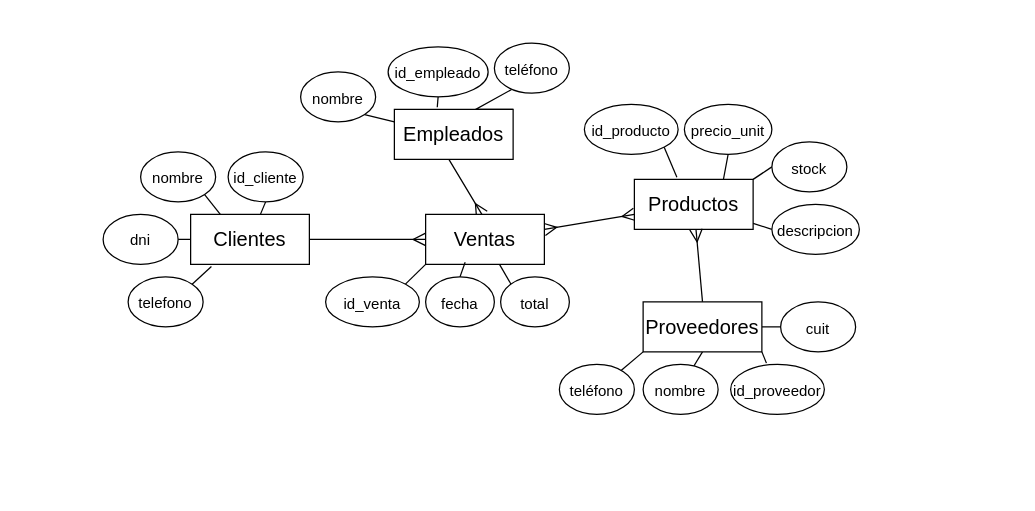
The draw.io diagram Diagrama sin título.drawio in CamilaJuarezAscaini/Backend, before the edit. Source tidied: cells renumbered, new cells numbered last; positions are measured from the earlier drawing's top-left corner, leaving out a move shared by most shapes. Both pictures are drawn from the tidied source at 125%, with x=0, y=0 at pixel (102, 42).
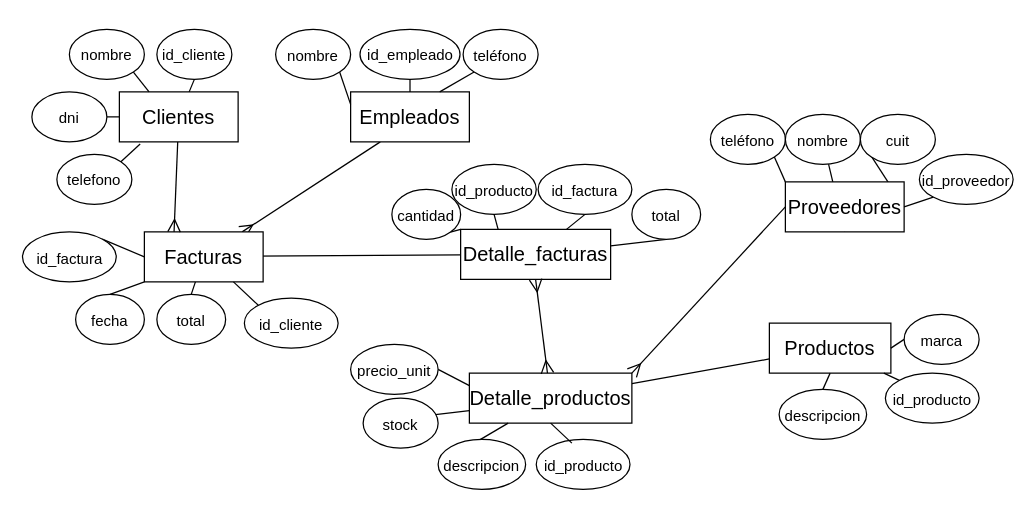
Above is the later version.

What changed in the source:
```diff
@@
-    <mxCell id="2" style="edgeStyle=none;curved=0;rounded=0;orthogonalLoop=1;jettySize=auto;html=1;exitX=0.25;exitY=1;exitDx=0;exitDy=0;entryX=0.25;entryY=0;entryDx=0;entryDy=0;fontSize=12;startSize=8;endSize=8;endArrow=ERmany;endFill=0;" parent="1" edge="1">
-      <mxGeometry relative="1" as="geometry">
-        <mxPoint x="303" y="67" as="sourcePoint" />
-        <mxPoint x="303" y="137" as="targetPoint" />
-        <Array as="points">
-          <mxPoint x="273" y="87" />
-        </Array>
-      </mxGeometry>
-    </mxCell>
+    <mxCell id="47" style="edgeStyle=none;curved=1;rounded=0;jettySize=auto;html=1;exitX=0.25;exitY=1;exitDx=0;exitDy=0;fontSize=12;startSize=8;endSize=8;endArrow=ERmany;endFill=0;" parent="1" edge="1" source="3" target="5">
+      <mxGeometry relative="1" as="geometry" />
+    </mxCell>
     <mxCell id="3" value="Empleados" style="rounded=0;whiteSpace=wrap;html=1;fontSize=16;" parent="1" vertex="1">
-      <mxGeometry x="233" y="53" width="95" height="40" as="geometry" />
+      <mxGeometry x="198" y="39" width="95" height="40" as="geometry" />
     </mxCell>
-    <mxCell id="4" style="edgeStyle=none;curved=1;rounded=0;jettySize=auto;html=1;fontSize=12;startSize=8;endSize=8;startArrow=ERmany;startFill=0;endArrow=ERmany;endFill=0;" parent="1" edge="1" source="5" target="6">
-      <mxGeometry relative="1" as="geometry" />
-    </mxCell>
+    <mxCell id="48" style="edgeStyle=none;curved=1;rounded=0;jettySize=auto;html=1;fontSize=12;startSize=8;endSize=8;endArrow=none;endFill=0;exitX=0;exitY=0.5;exitDx=0;exitDy=0;" parent="1" edge="1" source="5" target="52">
+      <mxGeometry relative="1" as="geometry" />
+    </mxCell>
-    <mxCell id="5" value="Ventas" style="rounded=0;whiteSpace=wrap;html=1;fontSize=16;" parent="1" vertex="1">
-      <mxGeometry x="258" y="137" width="95" height="40" as="geometry" />
+    <mxCell id="5" value="Facturas" style="rounded=0;whiteSpace=wrap;html=1;fontSize=16;" parent="1" vertex="1">
+      <mxGeometry x="33" y="151" width="95" height="40" as="geometry" />
     </mxCell>
+    <mxCell id="49" style="edgeStyle=none;curved=1;rounded=0;jettySize=auto;html=1;fontSize=12;startSize=8;endSize=8;endArrow=none;endFill=0;" parent="1" edge="1" source="6" target="64">
+      <mxGeometry relative="1" as="geometry" />
+    </mxCell>
-    <mxCell id="6" value="Productos" style="rounded=0;whiteSpace=wrap;html=1;fontSize=16;" parent="1" vertex="1">
-      <mxGeometry x="425" y="109" width="95" height="40" as="geometry" />
+    <mxCell id="6" value="Detalle_productos" style="rounded=0;whiteSpace=wrap;html=1;fontSize=16;" parent="1" vertex="1">
+      <mxGeometry x="293" y="264" width="130" height="40" as="geometry" />
     </mxCell>
-    <mxCell id="7" style="edgeStyle=none;curved=1;rounded=0;jettySize=auto;html=1;fontSize=12;startSize=8;endSize=8;endArrow=ERmany;endFill=0;" parent="1" edge="1" source="8" target="5">
+    <mxCell id="7" style="edgeStyle=none;curved=1;rounded=0;jettySize=auto;html=1;fontSize=12;startSize=8;endSize=8;endArrow=ERmany;endFill=0;entryX=0.25;entryY=0;entryDx=0;entryDy=0;" parent="1" edge="1" source="8" target="5">
       <mxGeometry relative="1" as="geometry" />
     </mxCell>
     <mxCell id="8" value="Clientes" style="rounded=0;whiteSpace=wrap;html=1;fontSize=16;" parent="1" vertex="1">
-      <mxGeometry x="70" y="137" width="95" height="40" as="geometry" />
+      <mxGeometry x="13" y="39" width="95" height="40" as="geometry" />
     </mxCell>
-    <mxCell id="9" style="edgeStyle=none;curved=1;rounded=0;jettySize=auto;html=1;exitX=0.5;exitY=0;exitDx=0;exitDy=0;fontSize=12;startSize=8;endSize=8;endArrow=ERmany;endFill=0;" parent="1" edge="1" source="13" target="6">
+    <mxCell id="9" style="edgeStyle=none;curved=1;rounded=0;jettySize=auto;html=1;exitX=0;exitY=0.5;exitDx=0;exitDy=0;fontSize=12;startSize=8;endSize=8;endArrow=ERmany;endFill=0;entryX=1;entryY=0;entryDx=0;entryDy=0;" parent="1" edge="1" source="13" target="6">
       <mxGeometry relative="1" as="geometry" />
     </mxCell>
@@
-    <mxCell id="12" style="edgeStyle=none;curved=1;rounded=0;jettySize=auto;html=1;exitX=0;exitY=1;exitDx=0;exitDy=0;entryX=1;entryY=0;entryDx=0;entryDy=0;fontSize=12;startSize=8;endSize=8;endArrow=none;endFill=0;" parent="1" edge="1" source="13">
-      <mxGeometry relative="1" as="geometry">
-        <mxPoint x="413.2" y="262.9" as="targetPoint" />
-      </mxGeometry>
+    <mxCell id="12" style="edgeStyle=none;curved=1;rounded=0;jettySize=auto;html=1;exitX=0;exitY=0;exitDx=0;exitDy=0;entryX=1;entryY=1;entryDx=0;entryDy=0;fontSize=12;startSize=8;endSize=8;endArrow=none;endFill=0;" parent="1" edge="1" source="13" target="18">
+      <mxGeometry relative="1" as="geometry" />
     </mxCell>
     <mxCell id="13" value="Proveedores" style="rounded=0;whiteSpace=wrap;html=1;fontSize=16;" parent="1" vertex="1">
-      <mxGeometry x="432" y="207" width="95" height="40" as="geometry" />
+      <mxGeometry x="545.8" y="111" width="95" height="40" as="geometry" />
     </mxCell>
@@
     <mxCell id="15" value="&lt;font style=&quot;font-size: 12px;&quot;&gt;nombre&lt;/font&gt;" style="ellipse;whiteSpace=wrap;html=1;fontSize=16;" parent="1" vertex="1">
-      <mxGeometry x="158" y="23" width="60" height="40" as="geometry" />
+      <mxGeometry x="138" y="-11" width="60" height="40" as="geometry" />
     </mxCell>
     <mxCell id="16" value="&lt;p style=&quot;line-height: 120%;&quot;&gt;&lt;font style=&quot;font-size: 12px;&quot;&gt;id_empleado&lt;/font&gt;&lt;/p&gt;" style="ellipse;whiteSpace=wrap;html=1;fontSize=16;" parent="1" vertex="1">
-      <mxGeometry x="228" y="3" width="80" height="40" as="geometry" />
+      <mxGeometry x="205.5" y="-11" width="80" height="40" as="geometry" />
     </mxCell>
+    <mxCell id="50" style="edgeStyle=none;curved=1;rounded=0;jettySize=auto;html=1;exitX=0;exitY=1;exitDx=0;exitDy=0;fontSize=12;startSize=8;endSize=8;endArrow=none;endFill=0;entryX=0.75;entryY=0;entryDx=0;entryDy=0;" parent="1" edge="1" source="17" target="3">
+      <mxGeometry relative="1" as="geometry" />
+    </mxCell>
     <mxCell id="17" value="&lt;font style=&quot;font-size: 12px;&quot;&gt;teléfono&lt;/font&gt;" style="ellipse;whiteSpace=wrap;html=1;fontSize=16;" parent="1" vertex="1">
-      <mxGeometry x="313" width="60" height="40" as="geometry" />
+      <mxGeometry x="288" y="-11" width="60" height="40" as="geometry" />
     </mxCell>
     <mxCell id="18" value="&lt;font style=&quot;font-size: 12px;&quot;&gt;teléfono&lt;/font&gt;" style="ellipse;whiteSpace=wrap;html=1;fontSize=16;" parent="1" vertex="1">
-      <mxGeometry x="365" y="257" width="60" height="40" as="geometry" />
+      <mxGeometry x="485.8" y="57" width="60" height="40" as="geometry" />
     </mxCell>
     <mxCell id="19" value="&lt;font style=&quot;font-size: 12px;&quot;&gt;nombre&lt;/font&gt;" style="ellipse;whiteSpace=wrap;html=1;fontSize=16;" parent="1" vertex="1">
-      <mxGeometry x="432" y="257" width="60" height="40" as="geometry" />
+      <mxGeometry x="545.8" y="57" width="60" height="40" as="geometry" />
     </mxCell>
     <mxCell id="20" value="&lt;font style=&quot;font-size: 12px;&quot;&gt;id_proveedor&lt;/font&gt;" style="ellipse;whiteSpace=wrap;html=1;fontSize=16;" parent="1" vertex="1">
-      <mxGeometry x="502" y="257" width="75" height="40" as="geometry" />
+      <mxGeometry x="653" y="89" width="75" height="40" as="geometry" />
     </mxCell>
     <mxCell id="21" value="&lt;font style=&quot;font-size: 12px;&quot;&gt;cuit&lt;/font&gt;" style="ellipse;whiteSpace=wrap;html=1;fontSize=16;" parent="1" vertex="1">
-      <mxGeometry x="542" y="207" width="60" height="40" as="geometry" />
+      <mxGeometry x="605.8" y="57" width="60" height="40" as="geometry" />
     </mxCell>
-    <mxCell id="22" style="edgeStyle=none;curved=1;rounded=0;jettySize=auto;html=1;exitX=1;exitY=1;exitDx=0;exitDy=0;entryX=0.382;entryY=-0.025;entryDx=0;entryDy=0;entryPerimeter=0;fontSize=12;startSize=8;endSize=8;endArrow=none;endFill=0;" parent="1" edge="1" source="13" target="20">
+    <mxCell id="22" style="edgeStyle=none;curved=1;rounded=0;jettySize=auto;html=1;exitX=1;exitY=0.5;exitDx=0;exitDy=0;entryX=0;entryY=1;entryDx=0;entryDy=0;fontSize=12;startSize=8;endSize=8;endArrow=none;endFill=0;" parent="1" edge="1" source="13" target="20">
       <mxGeometry relative="1" as="geometry" />
     </mxCell>
     <mxCell id="23" value="&lt;font style=&quot;font-size: 12px;&quot;&gt;id_producto&lt;/font&gt;" style="ellipse;whiteSpace=wrap;html=1;fontSize=16;" parent="1" vertex="1">
-      <mxGeometry x="385" y="49" width="75" height="40" as="geometry" />
+      <mxGeometry x="346.5" y="317" width="75" height="40" as="geometry" />
     </mxCell>
-    <mxCell id="24" style="edgeStyle=none;curved=1;rounded=0;jettySize=auto;html=1;exitX=0;exitY=0.5;exitDx=0;exitDy=0;entryX=1;entryY=0;entryDx=0;entryDy=0;fontSize=12;startSize=8;endSize=8;endArrow=none;endFill=0;" parent="1" edge="1" source="25" target="6">
+    <mxCell id="24" style="edgeStyle=none;curved=1;rounded=0;jettySize=auto;html=1;exitX=0;exitY=0.5;exitDx=0;exitDy=0;entryX=0;entryY=0.75;entryDx=0;entryDy=0;fontSize=12;startSize=8;endSize=8;endArrow=none;endFill=0;" parent="1" edge="1" source="25" target="6">
       <mxGeometry relative="1" as="geometry" />
     </mxCell>
     <mxCell id="25" value="&lt;font style=&quot;font-size: 12px;&quot;&gt;stock&lt;/font&gt;" style="ellipse;whiteSpace=wrap;html=1;fontSize=16;" parent="1" vertex="1">
-      <mxGeometry x="535" y="79" width="60" height="40" as="geometry" />
+      <mxGeometry x="208" y="284" width="60" height="40" as="geometry" />
     </mxCell>
-    <mxCell id="26" style="edgeStyle=none;curved=1;rounded=0;jettySize=auto;html=1;exitX=0.5;exitY=1;exitDx=0;exitDy=0;entryX=0.75;entryY=0;entryDx=0;entryDy=0;fontSize=12;startSize=8;endSize=8;endArrow=none;endFill=0;" parent="1" edge="1" source="27" target="6">
+    <mxCell id="26" style="edgeStyle=none;curved=1;rounded=0;jettySize=auto;html=1;exitX=1;exitY=0.5;exitDx=0;exitDy=0;entryX=0;entryY=0.25;entryDx=0;entryDy=0;fontSize=12;startSize=8;endSize=8;endArrow=none;endFill=0;" parent="1" edge="1" source="27" target="6">
       <mxGeometry relative="1" as="geometry" />
     </mxCell>
     <mxCell id="27" value="&lt;font style=&quot;font-size: 12px;&quot;&gt;precio_unit&lt;/font&gt;" style="ellipse;whiteSpace=wrap;html=1;fontSize=16;" parent="1" vertex="1">
-      <mxGeometry x="465" y="49" width="70" height="40" as="geometry" />
+      <mxGeometry x="198" y="241" width="70" height="40" as="geometry" />
     </mxCell>
@@
     <mxCell id="29" value="&lt;font style=&quot;font-size: 12px;&quot;&gt;descripcion&lt;/font&gt;" style="ellipse;whiteSpace=wrap;html=1;fontSize=16;" parent="1" vertex="1">
-      <mxGeometry x="535" y="129" width="70" height="40" as="geometry" />
+      <mxGeometry x="268" y="317" width="70" height="40" as="geometry" />
     </mxCell>
-    <mxCell id="30" style="edgeStyle=none;curved=1;rounded=0;jettySize=auto;html=1;exitX=1;exitY=1;exitDx=0;exitDy=0;entryX=0.358;entryY=-0.042;entryDx=0;entryDy=0;entryPerimeter=0;fontSize=12;startSize=8;endSize=8;endArrow=none;endFill=0;" parent="1" edge="1" source="23" target="6">
+    <mxCell id="30" style="edgeStyle=none;curved=1;rounded=0;jettySize=auto;html=1;exitX=0.38;exitY=0.075;exitDx=0;exitDy=0;fontSize=12;startSize=8;endSize=8;endArrow=none;endFill=0;exitPerimeter=0;entryX=0.5;entryY=1;entryDx=0;entryDy=0;" parent="1" edge="1" source="23" target="6">
       <mxGeometry relative="1" as="geometry" />
     </mxCell>
-    <mxCell id="31" style="edgeStyle=none;curved=1;rounded=0;jettySize=auto;html=1;exitX=0.5;exitY=1;exitDx=0;exitDy=0;entryX=0.361;entryY=-0.042;entryDx=0;entryDy=0;entryPerimeter=0;fontSize=12;startSize=8;endSize=8;endArrow=none;endFill=0;" parent="1" edge="1" source="16" target="3">
+    <mxCell id="31" style="edgeStyle=none;curved=1;rounded=0;jettySize=auto;html=1;exitX=0.5;exitY=1;exitDx=0;exitDy=0;fontSize=12;startSize=8;endSize=8;endArrow=none;endFill=0;" parent="1" edge="1" source="16" target="3">
       <mxGeometry relative="1" as="geometry" />
     </mxCell>
-    <mxCell id="32" style="edgeStyle=none;curved=0;rounded=0;jettySize=auto;html=1;exitX=0;exitY=1;exitDx=0;exitDy=0;fontSize=12;startSize=8;endSize=8;endArrow=none;endFill=0;entryX=1;entryY=0;entryDx=0;entryDy=0;" parent="1" edge="1" target="3">
-      <mxGeometry relative="1" as="geometry">
-        <mxPoint x="326.8" y="37.1" as="sourcePoint" />
-        <Array as="points">
-          <mxPoint x="298" y="53" />
-        </Array>
-      </mxGeometry>
-    </mxCell>
-    <mxCell id="33" style="edgeStyle=none;curved=1;rounded=0;jettySize=auto;html=1;exitX=1;exitY=0;exitDx=0;exitDy=0;entryX=0;entryY=1;entryDx=0;entryDy=0;fontSize=12;startSize=8;endSize=8;endArrow=none;endFill=0;" parent="1" edge="1" source="34" target="5">
+    <mxCell id="33" style="edgeStyle=none;curved=1;rounded=0;jettySize=auto;html=1;exitX=1;exitY=0;exitDx=0;exitDy=0;entryX=0;entryY=0.5;entryDx=0;entryDy=0;fontSize=12;startSize=8;endSize=8;endArrow=none;endFill=0;" parent="1" edge="1" source="34" target="5">
       <mxGeometry relative="1" as="geometry" />
     </mxCell>
-    <mxCell id="34" value="&lt;font style=&quot;font-size: 12px;&quot;&gt;id_venta&lt;/font&gt;" style="ellipse;whiteSpace=wrap;html=1;fontSize=16;" parent="1" vertex="1">
-      <mxGeometry x="178" y="187" width="75" height="40" as="geometry" />
+    <mxCell id="34" value="&lt;font style=&quot;font-size: 12px;&quot;&gt;id_factura&lt;/font&gt;" style="ellipse;whiteSpace=wrap;html=1;fontSize=16;" parent="1" vertex="1">
+      <mxGeometry x="-64.5" y="151" width="75" height="40" as="geometry" />
     </mxCell>
     <mxCell id="35" value="&lt;font style=&quot;font-size: 12px;&quot;&gt;fecha&lt;/font&gt;" style="ellipse;whiteSpace=wrap;html=1;fontSize=16;" parent="1" vertex="1">
-      <mxGeometry x="258" y="187" width="55" height="40" as="geometry" />
+      <mxGeometry x="-22" y="201" width="55" height="40" as="geometry" />
     </mxCell>
-    <mxCell id="36" style="edgeStyle=none;curved=1;rounded=0;jettySize=auto;html=1;exitX=0;exitY=0;exitDx=0;exitDy=0;fontSize=12;startSize=8;endSize=8;endArrow=none;endFill=0;" parent="1" edge="1" source="37" target="5">
+    <mxCell id="36" style="edgeStyle=none;curved=1;rounded=0;jettySize=auto;html=1;fontSize=12;startSize=8;endSize=8;endArrow=none;endFill=0;exitX=0.5;exitY=0;exitDx=0;exitDy=0;" parent="1" edge="1" source="37" target="5">
       <mxGeometry relative="1" as="geometry" />
     </mxCell>
     <mxCell id="37" value="&lt;font style=&quot;font-size: 12px;&quot;&gt;total&lt;/font&gt;" style="ellipse;whiteSpace=wrap;html=1;fontSize=16;" parent="1" vertex="1">
-      <mxGeometry x="318" y="187" width="55" height="40" as="geometry" />
+      <mxGeometry x="43" y="201" width="55" height="40" as="geometry" />
     </mxCell>
-    <mxCell id="38" style="edgeStyle=none;curved=1;rounded=0;jettySize=auto;html=1;exitX=0.5;exitY=0;exitDx=0;exitDy=0;entryX=0.333;entryY=0.958;entryDx=0;entryDy=0;entryPerimeter=0;fontSize=12;startSize=8;endSize=8;endArrow=none;endFill=0;" parent="1" edge="1" source="35" target="5">
+    <mxCell id="38" style="edgeStyle=none;curved=1;rounded=0;jettySize=auto;html=1;exitX=0.5;exitY=0;exitDx=0;exitDy=0;fontSize=12;startSize=8;endSize=8;endArrow=none;endFill=0;entryX=0;entryY=1;entryDx=0;entryDy=0;" parent="1" edge="1" source="35" target="5">
       <mxGeometry relative="1" as="geometry" />
     </mxCell>
@@
     <mxCell id="40" value="&lt;p style=&quot;line-height: 120%;&quot;&gt;&lt;font style=&quot;font-size: 12px;&quot;&gt;id_cliente&lt;/font&gt;&lt;/p&gt;" style="ellipse;whiteSpace=wrap;html=1;fontSize=16;" parent="1" vertex="1">
-      <mxGeometry x="100" y="87" width="60" height="40" as="geometry" />
+      <mxGeometry x="43" y="-11" width="60" height="40" as="geometry" />
     </mxCell>
@@
     <mxCell id="42" value="&lt;p style=&quot;line-height: 120%;&quot;&gt;&lt;font style=&quot;font-size: 12px;&quot;&gt;nombre&lt;/font&gt;&lt;/p&gt;" style="ellipse;whiteSpace=wrap;html=1;fontSize=16;" parent="1" vertex="1">
-      <mxGeometry x="30" y="87" width="60" height="40" as="geometry" />
+      <mxGeometry x="-27" y="-11" width="60" height="40" as="geometry" />
     </mxCell>
@@
     <mxCell id="44" value="&lt;p style=&quot;line-height: 120%;&quot;&gt;&lt;font style=&quot;font-size: 12px;&quot;&gt;dni&lt;/font&gt;&lt;/p&gt;" style="ellipse;whiteSpace=wrap;html=1;fontSize=16;" parent="1" vertex="1">
-      <mxGeometry y="137" width="60" height="40" as="geometry" />
+      <mxGeometry x="-57" y="39" width="60" height="40" as="geometry" />
     </mxCell>
     <mxCell id="45" value="&lt;p style=&quot;line-height: 120%;&quot;&gt;&lt;font style=&quot;font-size: 12px;&quot;&gt;telefono&lt;/font&gt;&lt;/p&gt;" style="ellipse;whiteSpace=wrap;html=1;fontSize=16;" parent="1" vertex="1">
-      <mxGeometry x="20" y="187" width="60" height="40" as="geometry" />
+      <mxGeometry x="-37" y="89" width="60" height="40" as="geometry" />
     </mxCell>
@@
+    <mxCell id="51" style="edgeStyle=none;curved=1;rounded=0;jettySize=auto;html=1;exitX=0;exitY=0;exitDx=0;exitDy=0;entryX=1;entryY=1;entryDx=0;entryDy=0;fontSize=12;startSize=8;endSize=8;endArrow=none;endFill=0;" parent="1" edge="1" source="52" target="56">
+      <mxGeometry relative="1" as="geometry" />
+    </mxCell>
+    <mxCell id="52" value="Detalle_facturas" style="rounded=0;whiteSpace=wrap;html=1;fontSize=16;" parent="1" vertex="1">
+      <mxGeometry x="286" y="149" width="120" height="40" as="geometry" />
+    </mxCell>
+    <mxCell id="53" style="edgeStyle=none;curved=1;rounded=0;jettySize=auto;html=1;exitX=0.5;exitY=1;exitDx=0;exitDy=0;fontSize=12;startSize=8;endSize=8;endArrow=none;endFill=0;" parent="1" edge="1" source="54" target="52">
+      <mxGeometry relative="1" as="geometry" />
+    </mxCell>
+    <mxCell id="54" value="&lt;font style=&quot;font-size: 12px;&quot;&gt;total&lt;/font&gt;" style="ellipse;whiteSpace=wrap;html=1;fontSize=16;" parent="1" vertex="1">
+      <mxGeometry x="423" y="117" width="55" height="40" as="geometry" />
+    </mxCell>
+    <mxCell id="55" style="edgeStyle=none;curved=1;rounded=0;orthogonalLoop=1;jettySize=auto;html=1;exitX=0;exitY=1;exitDx=0;exitDy=0;fontSize=12;startSize=8;endSize=8;endArrow=none;endFill=0;entryX=0;entryY=0;entryDx=0;entryDy=0;" parent="1" edge="1" source="56" target="56">
+      <mxGeometry relative="1" as="geometry" />
+    </mxCell>
+    <mxCell id="56" value="&lt;font style=&quot;font-size: 12px;&quot;&gt;cantidad&lt;/font&gt;" style="ellipse;whiteSpace=wrap;html=1;fontSize=16;" parent="1" vertex="1">
+      <mxGeometry x="231" y="117" width="55" height="40" as="geometry" />
+    </mxCell>
+    <mxCell id="57" style="edgeStyle=none;curved=1;rounded=0;jettySize=auto;html=1;exitX=0.5;exitY=1;exitDx=0;exitDy=0;fontSize=12;startSize=8;endSize=8;endArrow=none;endFill=0;entryX=0.25;entryY=0;entryDx=0;entryDy=0;" parent="1" edge="1" source="58" target="52">
+      <mxGeometry relative="1" as="geometry" />
+    </mxCell>
+    <mxCell id="58" value="&lt;font style=&quot;font-size: 12px;&quot;&gt;id_producto&lt;/font&gt;" style="ellipse;whiteSpace=wrap;html=1;fontSize=16;" parent="1" vertex="1">
+      <mxGeometry x="279" y="97" width="67.5" height="40" as="geometry" />
+    </mxCell>
+    <mxCell id="59" style="edgeStyle=none;curved=1;rounded=0;jettySize=auto;html=1;exitX=0.5;exitY=1;exitDx=0;exitDy=0;fontSize=12;startSize=8;endSize=8;endArrow=none;endFill=0;" parent="1" edge="1" source="60" target="52">
+      <mxGeometry relative="1" as="geometry" />
+    </mxCell>
+    <mxCell id="60" value="&lt;font style=&quot;font-size: 12px;&quot;&gt;id_factura&lt;/font&gt;" style="ellipse;whiteSpace=wrap;html=1;fontSize=16;" parent="1" vertex="1">
+      <mxGeometry x="348" y="97" width="75" height="40" as="geometry" />
+    </mxCell>
+    <mxCell id="61" style="edgeStyle=none;curved=1;rounded=0;jettySize=auto;html=1;exitX=0;exitY=0;exitDx=0;exitDy=0;entryX=0.75;entryY=1;entryDx=0;entryDy=0;fontSize=12;startSize=8;endSize=8;endArrow=none;endFill=0;" parent="1" edge="1" source="62" target="5">
+      <mxGeometry relative="1" as="geometry" />
+    </mxCell>
+    <mxCell id="62" value="&lt;font style=&quot;font-size: 12px;&quot;&gt;id_cliente&lt;/font&gt;" style="ellipse;whiteSpace=wrap;html=1;fontSize=16;" parent="1" vertex="1">
+      <mxGeometry x="113" y="204" width="75" height="40" as="geometry" />
+    </mxCell>
+    <mxCell id="63" style="edgeStyle=none;curved=1;rounded=0;jettySize=auto;html=1;entryX=0.5;entryY=1;entryDx=0;entryDy=0;fontSize=12;startSize=8;endSize=8;endArrow=ERmany;endFill=0;startArrow=ERmany;startFill=0;" parent="1" edge="1" source="6" target="52">
+      <mxGeometry relative="1" as="geometry" />
+    </mxCell>
+    <mxCell id="64" value="Productos" style="rounded=0;whiteSpace=wrap;html=1;fontSize=16;" parent="1" vertex="1">
+      <mxGeometry x="533" y="224" width="97.2" height="40" as="geometry" />
+    </mxCell>
+    <mxCell id="65" style="edgeStyle=none;curved=1;rounded=0;jettySize=auto;html=1;exitX=0;exitY=0;exitDx=0;exitDy=0;fontSize=12;startSize=8;endSize=8;endArrow=none;endFill=0;" parent="1" edge="1" source="66" target="64">
+      <mxGeometry relative="1" as="geometry" />
+    </mxCell>
+    <mxCell id="66" value="&lt;font style=&quot;font-size: 12px;&quot;&gt;id_producto&lt;/font&gt;" style="ellipse;whiteSpace=wrap;html=1;fontSize=16;" parent="1" vertex="1">
+      <mxGeometry x="625.8" y="264" width="75" height="40" as="geometry" />
+    </mxCell>
+    <mxCell id="67" style="edgeStyle=none;curved=1;rounded=0;jettySize=auto;html=1;exitX=0.5;exitY=0;exitDx=0;exitDy=0;entryX=0.5;entryY=1;entryDx=0;entryDy=0;fontSize=12;startSize=8;endSize=8;endArrow=none;endFill=0;" parent="1" edge="1" source="68" target="64">
+      <mxGeometry relative="1" as="geometry" />
+    </mxCell>
+    <mxCell id="68" value="&lt;font style=&quot;font-size: 12px;&quot;&gt;descripcion&lt;/font&gt;" style="ellipse;whiteSpace=wrap;html=1;fontSize=16;" parent="1" vertex="1">
+      <mxGeometry x="540.8" y="277" width="70" height="40" as="geometry" />
+    </mxCell>
+    <mxCell id="69" style="edgeStyle=none;curved=1;rounded=0;jettySize=auto;html=1;exitX=0;exitY=0.5;exitDx=0;exitDy=0;entryX=1;entryY=0.5;entryDx=0;entryDy=0;fontSize=12;startSize=8;endSize=8;endArrow=none;endFill=0;" parent="1" edge="1" source="70" target="64">
+      <mxGeometry relative="1" as="geometry" />
+    </mxCell>
+    <mxCell id="70" value="&lt;font style=&quot;font-size: 12px;&quot;&gt;marca&lt;/font&gt;" style="ellipse;whiteSpace=wrap;html=1;fontSize=16;" parent="1" vertex="1">
+      <mxGeometry x="640.8" y="217" width="60" height="40" as="geometry" />
+    </mxCell>
```
